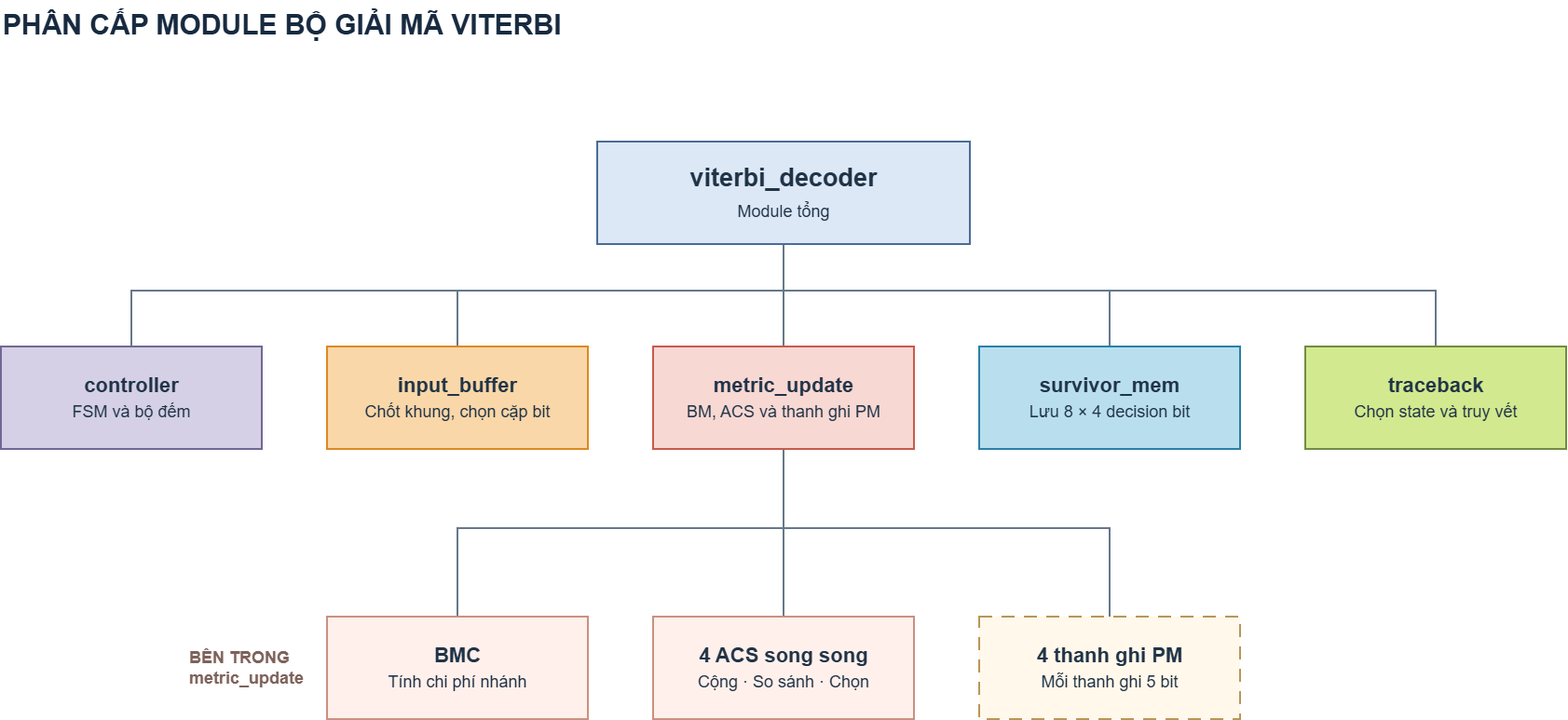
This is docs/figures/Viterbi_decoder-Module_Level.drawio.png from nvh1811/viterbi_decoder, a draw.io export, as it was before one commit. Source tidied: cells renumbered, new cells last; positions are measured from the earlier drawing's top-left corner, leaving out a move shared by most shapes.
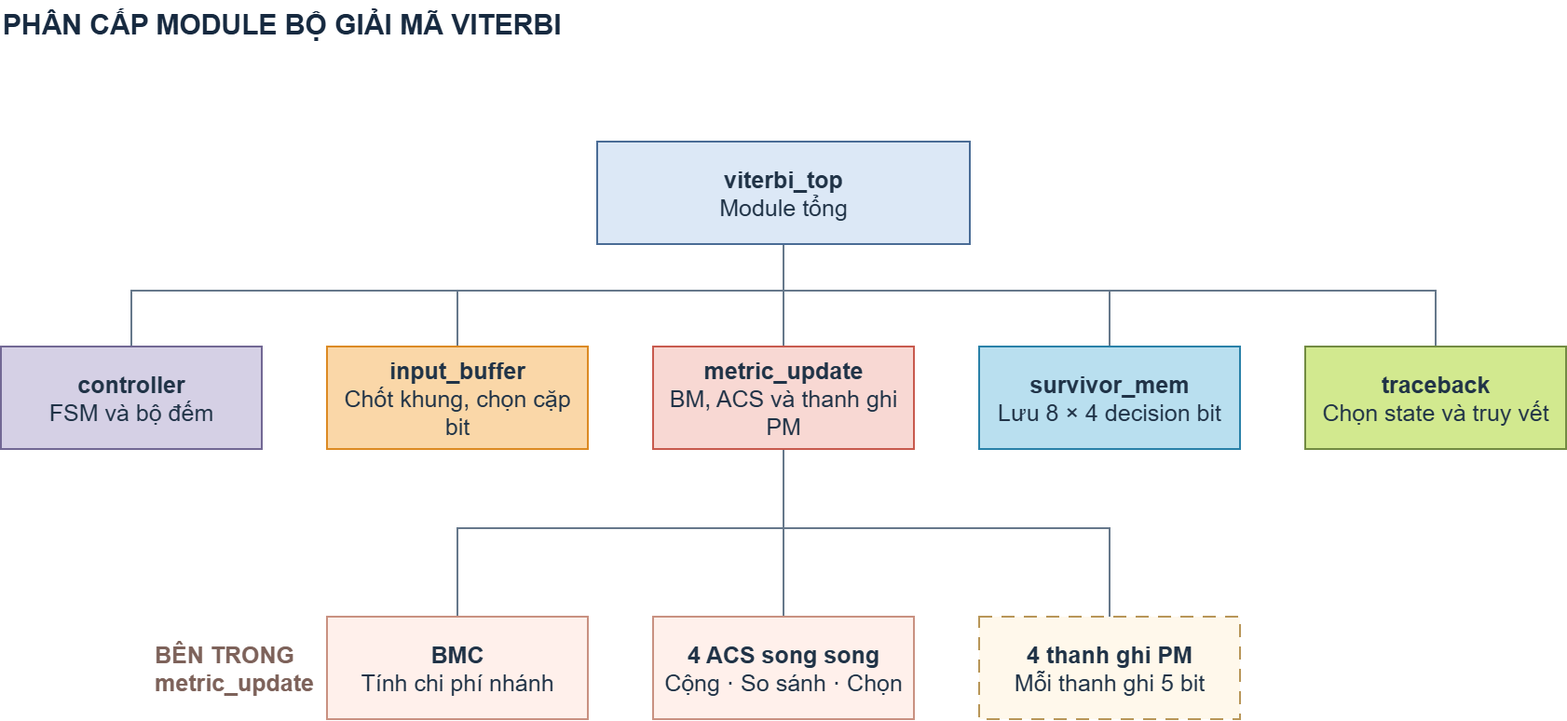
After the commit.

What changed in the source:
```diff
@@ -5,7 +5,7 @@
     <mxCell id="2" value="PHÂN CẤP MODULE BỘ GIẢI MÃ VITERBI" style="text;html=1;strokeColor=none;fillColor=none;whiteSpace=wrap;fontFamily=Arial;fontSize=30;fontColor=#172A40;fontStyle=1;align=left;verticalAlign=middle;" parent="1" vertex="1">
       <mxGeometry width="1680" height="52" as="geometry" />
     </mxCell>
-    <mxCell id="3" style="edgeStyle=none;rounded=0;html=1;endArrow=none;startArrow=none;strokeColor=#66788B;strokeWidth=2;exitX=0.5;exitY=1;entryX=0.5;entryY=0;exitPerimeter=1;entryPerimeter=1;" parent="1" edge="1" source="11" target="12">
+    <mxCell id="3" style="edgeStyle=none;rounded=0;html=1;endArrow=none;startArrow=none;strokeColor=#66788B;strokeWidth=2;exitX=0.5;exitY=1;entryX=0.5;entryY=0;exitPerimeter=1;entryPerimeter=1;fontSize=25;" parent="1" edge="1" source="11" target="12">
       <mxGeometry relative="1" as="geometry">
         <Array as="points">
           <mxPoint x="840" y="312" />
@@ -13,7 +13,7 @@
         </Array>
       </mxGeometry>
     </mxCell>
-    <mxCell id="4" style="edgeStyle=none;rounded=0;html=1;endArrow=none;startArrow=none;strokeColor=#66788B;strokeWidth=2;exitX=0.5;exitY=1;entryX=0.5;entryY=0;exitPerimeter=1;entryPerimeter=1;" parent="1" edge="1" source="11" target="13">
+    <mxCell id="4" style="edgeStyle=none;rounded=0;html=1;endArrow=none;startArrow=none;strokeColor=#66788B;strokeWidth=2;exitX=0.5;exitY=1;entryX=0.5;entryY=0;exitPerimeter=1;entryPerimeter=1;fontSize=25;" parent="1" edge="1" source="11" target="13">
       <mxGeometry relative="1" as="geometry">
         <Array as="points">
           <mxPoint x="840" y="312" />
@@ -21,7 +21,7 @@
         </Array>
       </mxGeometry>
     </mxCell>
-    <mxCell id="5" style="edgeStyle=none;rounded=0;html=1;endArrow=none;startArrow=none;strokeColor=#66788B;strokeWidth=2;exitX=0.5;exitY=1;entryX=0.5;entryY=0;exitPerimeter=1;entryPerimeter=1;" parent="1" edge="1" source="11" target="14">
+    <mxCell id="5" style="edgeStyle=none;rounded=0;html=1;endArrow=none;startArrow=none;strokeColor=#66788B;strokeWidth=2;exitX=0.5;exitY=1;entryX=0.5;entryY=0;exitPerimeter=1;entryPerimeter=1;fontSize=25;" parent="1" edge="1" source="11" target="14">
       <mxGeometry relative="1" as="geometry">
         <Array as="points">
           <mxPoint x="840" y="312" />
@@ -29,7 +29,7 @@
         </Array>
       </mxGeometry>
     </mxCell>
-    <mxCell id="6" style="edgeStyle=none;rounded=0;html=1;endArrow=none;startArrow=none;strokeColor=#66788B;strokeWidth=2;exitX=0.5;exitY=1;entryX=0.5;entryY=0;exitPerimeter=1;entryPerimeter=1;" parent="1" edge="1" source="11" target="15">
+    <mxCell id="6" style="edgeStyle=none;rounded=0;html=1;endArrow=none;startArrow=none;strokeColor=#66788B;strokeWidth=2;exitX=0.5;exitY=1;entryX=0.5;entryY=0;exitPerimeter=1;entryPerimeter=1;fontSize=25;" parent="1" edge="1" source="11" target="15">
       <mxGeometry relative="1" as="geometry">
         <Array as="points">
           <mxPoint x="840" y="312" />
@@ -37,7 +37,7 @@
         </Array>
       </mxGeometry>
     </mxCell>
-    <mxCell id="7" style="edgeStyle=none;rounded=0;html=1;endArrow=none;startArrow=none;strokeColor=#66788B;strokeWidth=2;exitX=0.5;exitY=1;entryX=0.5;entryY=0;exitPerimeter=1;entryPerimeter=1;" parent="1" edge="1" source="11" target="16">
+    <mxCell id="7" style="edgeStyle=none;rounded=0;html=1;endArrow=none;startArrow=none;strokeColor=#66788B;strokeWidth=2;exitX=0.5;exitY=1;entryX=0.5;entryY=0;exitPerimeter=1;entryPerimeter=1;fontSize=25;" parent="1" edge="1" source="11" target="16">
       <mxGeometry relative="1" as="geometry">
         <Array as="points">
           <mxPoint x="840" y="312" />
@@ -45,7 +45,7 @@
         </Array>
       </mxGeometry>
     </mxCell>
-    <mxCell id="8" style="edgeStyle=none;rounded=0;html=1;endArrow=none;startArrow=none;strokeColor=#66788B;strokeWidth=2;exitX=0.5;exitY=1;entryX=0.5;entryY=0;exitPerimeter=1;entryPerimeter=1;" parent="1" edge="1" source="14" target="18">
+    <mxCell id="8" style="edgeStyle=none;rounded=0;html=1;endArrow=none;startArrow=none;strokeColor=#66788B;strokeWidth=2;exitX=0.5;exitY=1;entryX=0.5;entryY=0;exitPerimeter=1;entryPerimeter=1;fontSize=25;" parent="1" edge="1" source="14" target="18">
       <mxGeometry relative="1" as="geometry">
         <Array as="points">
           <mxPoint x="840" y="567" />
@@ -53,7 +53,7 @@
         </Array>
       </mxGeometry>
     </mxCell>
-    <mxCell id="9" style="edgeStyle=none;rounded=0;html=1;endArrow=none;startArrow=none;strokeColor=#66788B;strokeWidth=2;exitX=0.5;exitY=1;entryX=0.5;entryY=0;exitPerimeter=1;entryPerimeter=1;" parent="1" edge="1" source="14" target="19">
+    <mxCell id="9" style="edgeStyle=none;rounded=0;html=1;endArrow=none;startArrow=none;strokeColor=#66788B;strokeWidth=2;exitX=0.5;exitY=1;entryX=0.5;entryY=0;exitPerimeter=1;entryPerimeter=1;fontSize=25;" parent="1" edge="1" source="14" target="19">
       <mxGeometry relative="1" as="geometry">
         <Array as="points">
           <mxPoint x="840" y="567" />
@@ -61,7 +61,7 @@
         </Array>
       </mxGeometry>
     </mxCell>
-    <mxCell id="10" style="edgeStyle=none;rounded=0;html=1;endArrow=none;startArrow=none;strokeColor=#66788B;strokeWidth=2;exitX=0.5;exitY=1;entryX=0.5;entryY=0;exitPerimeter=1;entryPerimeter=1;" parent="1" edge="1" source="14" target="20">
+    <mxCell id="10" style="edgeStyle=none;rounded=0;html=1;endArrow=none;startArrow=none;strokeColor=#66788B;strokeWidth=2;exitX=0.5;exitY=1;entryX=0.5;entryY=0;exitPerimeter=1;entryPerimeter=1;fontSize=25;" parent="1" edge="1" source="14" target="20">
       <mxGeometry relative="1" as="geometry">
         <Array as="points">
           <mxPoint x="840" y="567" />
@@ -69,34 +69,34 @@
         </Array>
       </mxGeometry>
     </mxCell>
-    <mxCell id="11" value="&lt;b&gt;viterbi_decoder&lt;/b&gt;&lt;br&gt;&lt;span style=&quot;font-size:18px&quot;&gt;Module tổng&lt;/span&gt;" style="rounded=0;html=1;whiteSpace=wrap;fillColor=#DCE8F6;strokeColor=#4A6C96;strokeWidth=2;fontFamily=Arial;fontSize=27;fontColor=#203347;align=center;verticalAlign=middle;spacing=10;" parent="1" vertex="1">
+    <mxCell id="11" value="&lt;b&gt;viterbi_top&lt;/b&gt;&lt;br&gt;&lt;span&gt;Module tổng&lt;/span&gt;" style="rounded=0;html=1;whiteSpace=wrap;fillColor=#DCE8F6;strokeColor=#4A6C96;strokeWidth=2;fontFamily=Arial;fontSize=25;fontColor=#203347;align=center;verticalAlign=middle;spacing=10;" parent="1" vertex="1">
       <mxGeometry x="640" y="152" width="400" height="110" as="geometry" />
     </mxCell>
-    <mxCell id="12" value="&lt;b&gt;controller&lt;/b&gt;&lt;br&gt;&lt;span style=&quot;font-size:18px&quot;&gt;FSM và bộ đếm&lt;/span&gt;" style="rounded=0;html=1;whiteSpace=wrap;fillColor=#D5D0E5;strokeColor=#726894;strokeWidth=2;fontFamily=Arial;fontSize=22;fontColor=#203347;align=center;verticalAlign=middle;spacing=10;" parent="1" vertex="1">
+    <mxCell id="12" value="&lt;b&gt;controller&lt;/b&gt;&lt;br&gt;&lt;span&gt;FSM và bộ đếm&lt;/span&gt;" style="rounded=0;html=1;whiteSpace=wrap;fillColor=#D5D0E5;strokeColor=#726894;strokeWidth=2;fontFamily=Arial;fontSize=25;fontColor=#203347;align=center;verticalAlign=middle;spacing=10;" parent="1" vertex="1">
       <mxGeometry y="372" width="280" height="110" as="geometry" />
     </mxCell>
-    <mxCell id="13" value="&lt;b&gt;input_buffer&lt;/b&gt;&lt;br&gt;&lt;span style=&quot;font-size:18px&quot;&gt;Chốt khung, chọn cặp bit&lt;/span&gt;" style="rounded=0;html=1;whiteSpace=wrap;fillColor=#FAD7A8;strokeColor=#DC8A23;strokeWidth=2;fontFamily=Arial;fontSize=22;fontColor=#203347;align=center;verticalAlign=middle;spacing=10;" parent="1" vertex="1">
+    <mxCell id="13" value="&lt;b&gt;input_buffer&lt;/b&gt;&lt;br&gt;&lt;span&gt;Chốt khung, chọn cặp bit&lt;/span&gt;" style="rounded=0;html=1;whiteSpace=wrap;fillColor=#FAD7A8;strokeColor=#DC8A23;strokeWidth=2;fontFamily=Arial;fontSize=25;fontColor=#203347;align=center;verticalAlign=middle;spacing=10;" parent="1" vertex="1">
       <mxGeometry x="350" y="372" width="280" height="110" as="geometry" />
     </mxCell>
-    <mxCell id="14" value="&lt;b&gt;metric_update&lt;/b&gt;&lt;br&gt;&lt;span style=&quot;font-size:18px&quot;&gt;BM, ACS và thanh ghi PM&lt;/span&gt;" style="rounded=0;html=1;whiteSpace=wrap;fillColor=#F8D8D3;strokeColor=#C85A4E;strokeWidth=2;fontFamily=Arial;fontSize=22;fontColor=#203347;align=center;verticalAlign=middle;spacing=10;" parent="1" vertex="1">
+    <mxCell id="14" value="&lt;b&gt;metric_update&lt;/b&gt;&lt;br&gt;&lt;span&gt;BM, ACS và thanh ghi PM&lt;/span&gt;" style="rounded=0;html=1;whiteSpace=wrap;fillColor=#F8D8D3;strokeColor=#C85A4E;strokeWidth=2;fontFamily=Arial;fontSize=25;fontColor=#203347;align=center;verticalAlign=middle;spacing=10;" parent="1" vertex="1">
       <mxGeometry x="700" y="372" width="280" height="110" as="geometry" />
     </mxCell>
-    <mxCell id="15" value="&lt;b&gt;survivor_mem&lt;/b&gt;&lt;br&gt;&lt;span style=&quot;font-size:18px&quot;&gt;Lưu 8 × 4 decision bit&lt;/span&gt;" style="rounded=0;html=1;whiteSpace=wrap;fillColor=#B9DFEF;strokeColor=#2981A8;strokeWidth=2;fontFamily=Arial;fontSize=22;fontColor=#203347;align=center;verticalAlign=middle;spacing=10;" parent="1" vertex="1">
+    <mxCell id="15" value="&lt;b&gt;survivor_mem&lt;/b&gt;&lt;br&gt;&lt;span&gt;Lưu 8 × 4 decision bit&lt;/span&gt;" style="rounded=0;html=1;whiteSpace=wrap;fillColor=#B9DFEF;strokeColor=#2981A8;strokeWidth=2;fontFamily=Arial;fontSize=25;fontColor=#203347;align=center;verticalAlign=middle;spacing=10;" parent="1" vertex="1">
       <mxGeometry x="1050" y="372" width="280" height="110" as="geometry" />
     </mxCell>
-    <mxCell id="16" value="&lt;b&gt;traceback&lt;/b&gt;&lt;br&gt;&lt;span style=&quot;font-size:18px&quot;&gt;Chọn state và truy vết&lt;/span&gt;" style="rounded=0;html=1;whiteSpace=wrap;fillColor=#D2E98F;strokeColor=#728B42;strokeWidth=2;fontFamily=Arial;fontSize=22;fontColor=#203347;align=center;verticalAlign=middle;spacing=10;" parent="1" vertex="1">
+    <mxCell id="16" value="&lt;b&gt;traceback&lt;/b&gt;&lt;br&gt;&lt;span&gt;Chọn state và truy vết&lt;/span&gt;" style="rounded=0;html=1;whiteSpace=wrap;fillColor=#D2E98F;strokeColor=#728B42;strokeWidth=2;fontFamily=Arial;fontSize=25;fontColor=#203347;align=center;verticalAlign=middle;spacing=10;" parent="1" vertex="1">
       <mxGeometry x="1400" y="372" width="280" height="110" as="geometry" />
     </mxCell>
-    <mxCell id="17" value="BÊN TRONG&lt;br&gt;metric_update" style="text;html=1;strokeColor=none;fillColor=none;whiteSpace=wrap;fontFamily=Arial;fontSize=18;fontColor=#7D625A;fontStyle=1;align=left;verticalAlign=middle;" parent="1" vertex="1">
-      <mxGeometry x="200" y="687" width="138" height="60" as="geometry" />
+    <mxCell id="17" value="BÊN TRONG&lt;br&gt;metric_update" style="text;html=1;strokeColor=none;fillColor=none;whiteSpace=wrap;fontFamily=Arial;fontSize=25;fontColor=#7D625A;fontStyle=1;align=left;verticalAlign=middle;" parent="1" vertex="1">
+      <mxGeometry x="163" y="687" width="138" height="60" as="geometry" />
     </mxCell>
-    <mxCell id="18" value="&lt;b&gt;BMC&lt;/b&gt;&lt;br&gt;&lt;span style=&quot;font-size:18px&quot;&gt;Tính chi phí nhánh&lt;/span&gt;" style="rounded=0;html=1;whiteSpace=wrap;fillColor=#FFF0EB;strokeColor=#C99181;strokeWidth=2;fontFamily=Arial;fontSize=22;fontColor=#203347;align=center;verticalAlign=middle;spacing=10;" parent="1" vertex="1">
+    <mxCell id="18" value="&lt;b&gt;BMC&lt;/b&gt;&lt;br&gt;&lt;span&gt;Tính chi phí nhánh&lt;/span&gt;" style="rounded=0;html=1;whiteSpace=wrap;fillColor=#FFF0EB;strokeColor=#C99181;strokeWidth=2;fontFamily=Arial;fontSize=25;fontColor=#203347;align=center;verticalAlign=middle;spacing=10;" parent="1" vertex="1">
       <mxGeometry x="350" y="662" width="280" height="110" as="geometry" />
     </mxCell>
-    <mxCell id="19" value="&lt;b&gt;4 ACS song song&lt;/b&gt;&lt;br&gt;&lt;span style=&quot;font-size:18px&quot;&gt;Cộng · So sánh · Chọn&lt;/span&gt;" style="rounded=0;html=1;whiteSpace=wrap;fillColor=#FFF0EB;strokeColor=#C99181;strokeWidth=2;fontFamily=Arial;fontSize=22;fontColor=#203347;align=center;verticalAlign=middle;spacing=10;" parent="1" vertex="1">
+    <mxCell id="19" value="&lt;b&gt;4 ACS song song&lt;/b&gt;&lt;br&gt;&lt;span&gt;Cộng · So sánh · Chọn&lt;/span&gt;" style="rounded=0;html=1;whiteSpace=wrap;fillColor=#FFF0EB;strokeColor=#C99181;strokeWidth=2;fontFamily=Arial;fontSize=25;fontColor=#203347;align=center;verticalAlign=middle;spacing=10;" parent="1" vertex="1">
       <mxGeometry x="700" y="662" width="280" height="110" as="geometry" />
     </mxCell>
-    <mxCell id="20" value="&lt;b&gt;4 thanh ghi PM&lt;/b&gt;&lt;br&gt;&lt;span style=&quot;font-size:18px&quot;&gt;Mỗi thanh ghi 5 bit&lt;/span&gt;" style="rounded=0;html=1;whiteSpace=wrap;fillColor=#FFF8EB;strokeColor=#B89658;strokeWidth=2;fontFamily=Arial;fontSize=22;fontColor=#203347;align=center;verticalAlign=middle;spacing=10;dashed=1;dashPattern=7 5;" parent="1" vertex="1">
+    <mxCell id="20" value="&lt;b&gt;4 thanh ghi PM&lt;/b&gt;&lt;br&gt;&lt;span&gt;Mỗi thanh ghi 5 bit&lt;/span&gt;" style="rounded=0;html=1;whiteSpace=wrap;fillColor=#FFF8EB;strokeColor=#B89658;strokeWidth=2;fontFamily=Arial;fontSize=25;fontColor=#203347;align=center;verticalAlign=middle;spacing=10;dashed=1;dashPattern=7 5;" parent="1" vertex="1">
       <mxGeometry x="1050" y="662" width="280" height="110" as="geometry" />
     </mxCell>
   </root>
```
